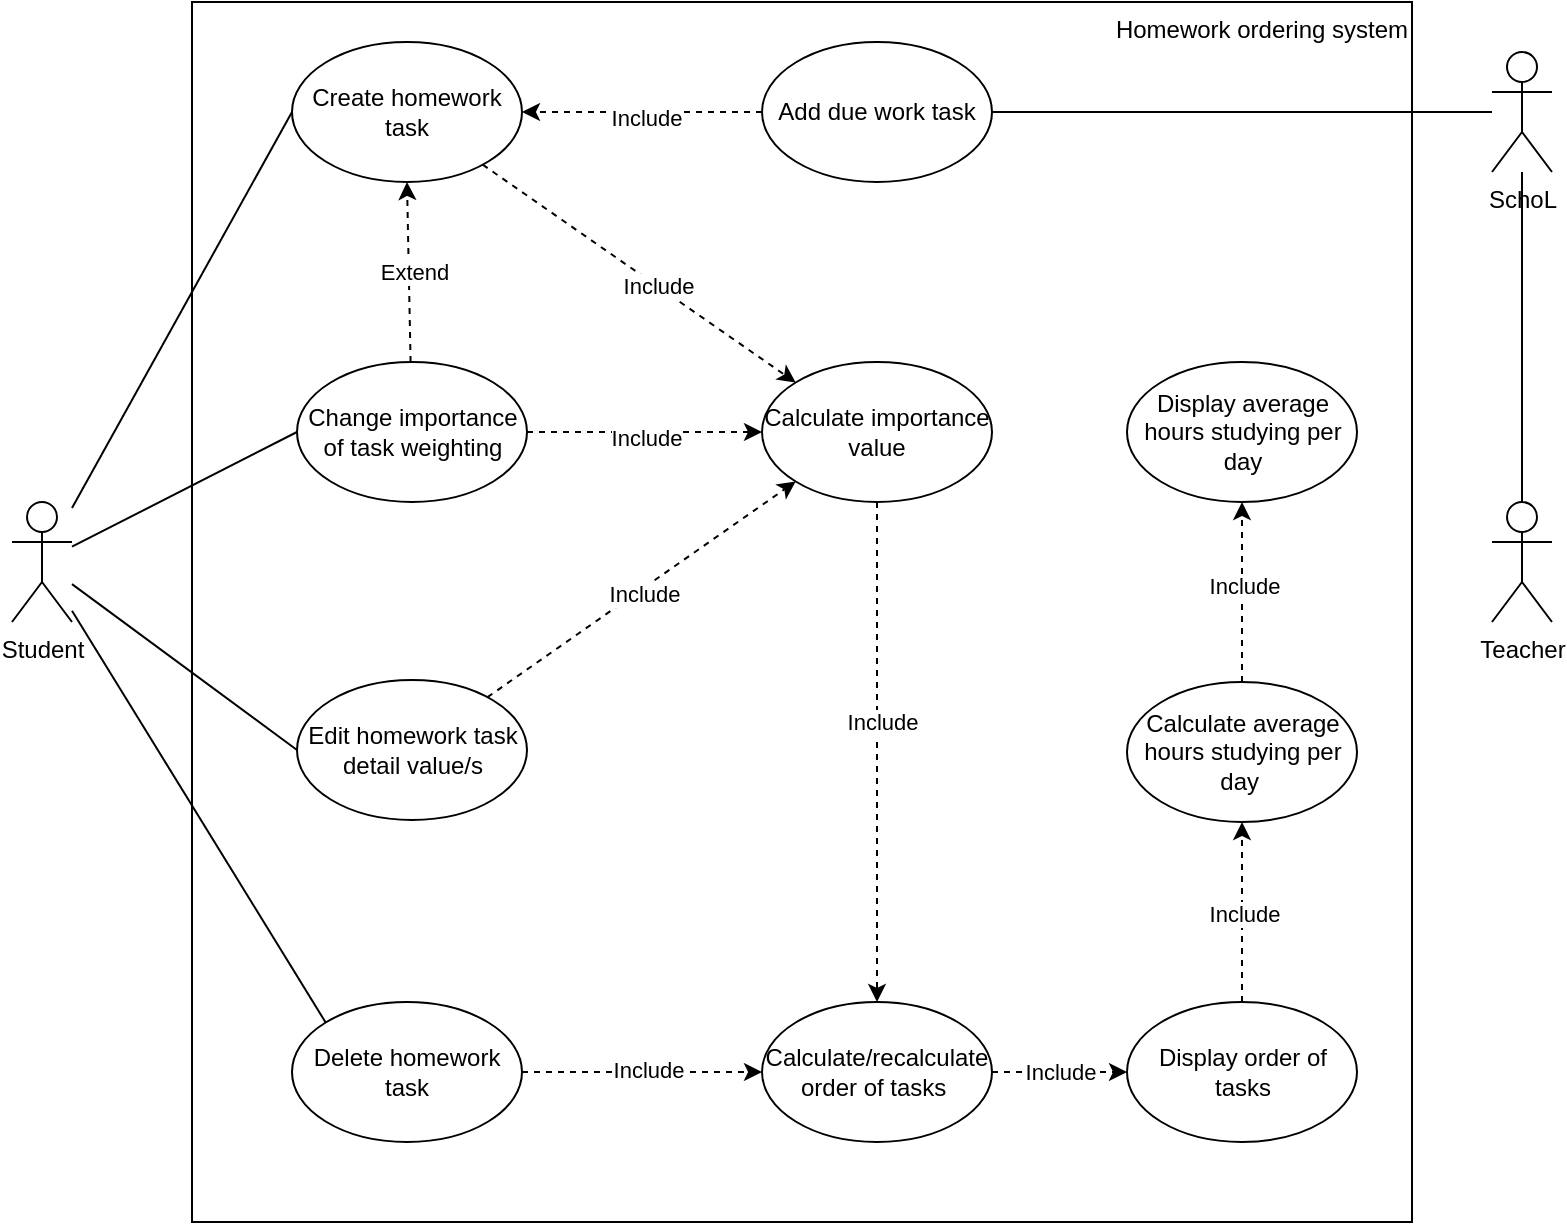
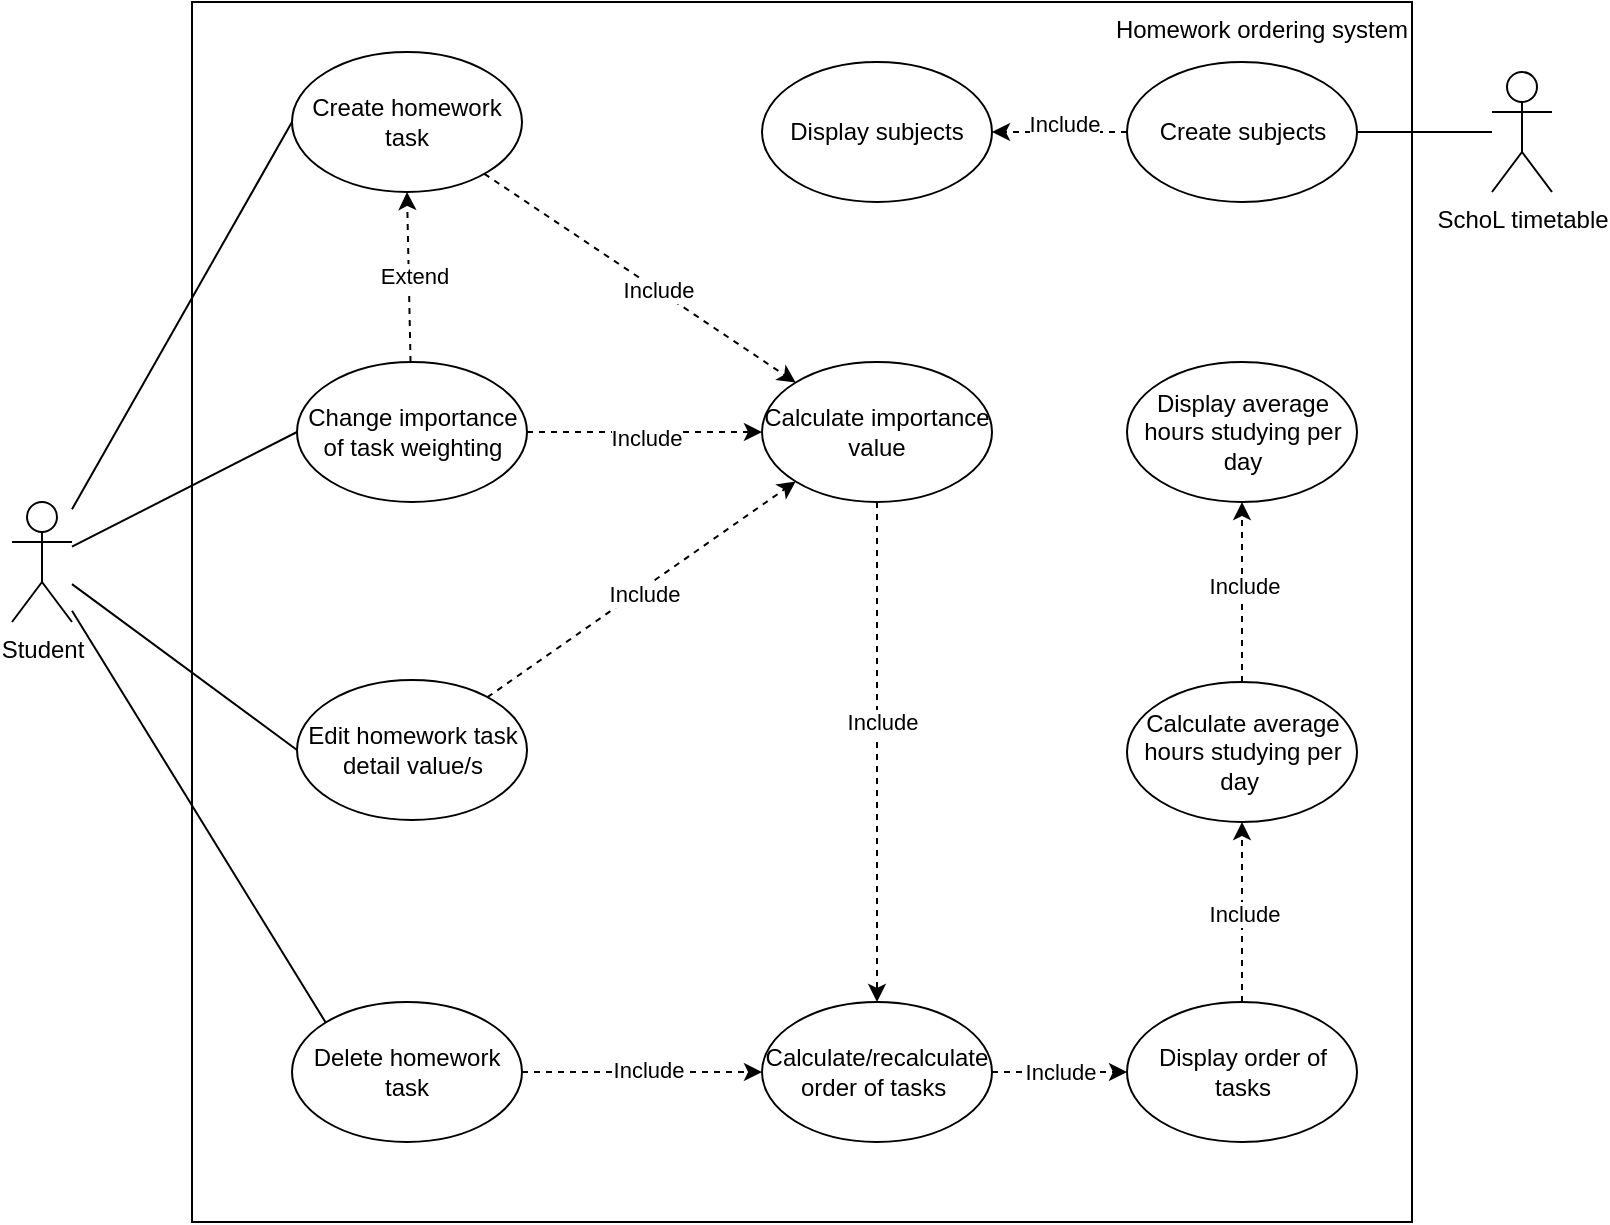
<mxfile host="app.diagrams.net" agent="Mozilla/5.0 (Windows NT 10.0; Win64; x64) AppleWebKit/537.36 (KHTML, like Gecko) Chrome/147.0.0.0 Safari/537.36" pages="3">
  <diagram name="Use Case Diagram" id="ZcyXiCbd3epHD8B5bp2-">
-     <mxGraphModel grid="1" page="1" gridSize="10" guides="1" tooltips="1" connect="1" arrows="1" fold="1" pageScale="1" pageWidth="827" pageHeight="1169" math="0" shadow="0">
+     <mxGraphModel dx="934" dy="657" grid="1" gridSize="10" guides="1" tooltips="1" connect="1" arrows="1" fold="1" page="1" pageScale="1" pageWidth="827" pageHeight="1169" math="0" shadow="0">
      <root>
        <mxCell id="0" />
        <mxCell id="1" parent="0" />
        <mxCell id="G7WcPmlzqGxsM9-RYmIV-1" parent="1" style="aspect=fixed;labelPosition=center;verticalLabelPosition=middle;align=right;verticalAlign=top;html=1;whiteSpace=wrap;movable=1;resizable=1;rotatable=1;deletable=1;editable=1;locked=0;connectable=1;" value="Homework ordering system" vertex="1">
          <mxGeometry height="610" width="610" x="100" y="100" as="geometry" />
        </mxCell>
        <mxCell id="jqSJIoKgP5xY_ZK5AzuU-10" edge="1" parent="1" source="G7WcPmlzqGxsM9-RYmIV-2" style="rounded=0;orthogonalLoop=1;jettySize=auto;html=1;entryX=0;entryY=0.5;entryDx=0;entryDy=0;endArrow=none;endFill=0;" target="jqSJIoKgP5xY_ZK5AzuU-4">
          <mxGeometry relative="1" as="geometry" />
        </mxCell>
        <mxCell id="tDrKYoykQaESbITqznwy-8" edge="1" parent="1" source="G7WcPmlzqGxsM9-RYmIV-2" style="rounded=0;orthogonalLoop=1;jettySize=auto;html=1;entryX=0;entryY=0.5;entryDx=0;entryDy=0;endArrow=none;endFill=0;" target="jqSJIoKgP5xY_ZK5AzuU-18">
          <mxGeometry relative="1" as="geometry" />
        </mxCell>
        <mxCell id="gFCc6fkzavYNVZ7rkNDt-2" edge="1" parent="1" source="G7WcPmlzqGxsM9-RYmIV-2" style="rounded=0;orthogonalLoop=1;jettySize=auto;html=1;entryX=0;entryY=0.5;entryDx=0;entryDy=0;endArrow=none;endFill=0;" target="gFCc6fkzavYNVZ7rkNDt-1">
          <mxGeometry relative="1" as="geometry" />
        </mxCell>
        <mxCell id="G7WcPmlzqGxsM9-RYmIV-2" parent="1" style="shape=umlActor;verticalLabelPosition=bottom;verticalAlign=top;html=1;outlineConnect=0;" value="Student" vertex="1">
          <mxGeometry height="60" width="30" x="10" y="350" as="geometry" />
        </mxCell>
        <mxCell id="jqSJIoKgP5xY_ZK5AzuU-3" edge="1" parent="1" source="wTgsF5XY6qcogic8_f1f-1" style="rounded=0;orthogonalLoop=1;jettySize=auto;html=1;entryX=1;entryY=0.5;entryDx=0;entryDy=0;shape=wire;dashed=1;endArrow=none;endFill=0;" target="jqSJIoKgP5xY_ZK5AzuU-2">
          <mxGeometry relative="1" as="geometry" />
        </mxCell>
-         <mxCell id="wTgsF5XY6qcogic8_f1f-2" edge="1" parent="1" source="G7WcPmlzqGxsM9-RYmIV-7" style="rounded=0;orthogonalLoop=1;jettySize=auto;html=1;endArrow=none;endFill=0;" target="wTgsF5XY6qcogic8_f1f-1">
-           <mxGeometry relative="1" as="geometry" />
-         </mxCell>
-         <mxCell id="G7WcPmlzqGxsM9-RYmIV-7" parent="1" style="shape=umlActor;verticalLabelPosition=bottom;verticalAlign=top;html=1;outlineConnect=0;" value="Teacher" vertex="1">
-           <mxGeometry height="60" width="30" x="750" y="350" as="geometry" />
-         </mxCell>
-         <mxCell id="jqSJIoKgP5xY_ZK5AzuU-5" edge="1" parent="1" source="jqSJIoKgP5xY_ZK5AzuU-2" style="rounded=0;orthogonalLoop=1;jettySize=auto;html=1;endArrow=classic;endFill=1;dashed=1;" target="jqSJIoKgP5xY_ZK5AzuU-4">
-           <mxGeometry relative="1" as="geometry" />
-         </mxCell>
-         <mxCell id="jqSJIoKgP5xY_ZK5AzuU-6" connectable="0" parent="jqSJIoKgP5xY_ZK5AzuU-5" style="edgeLabel;html=1;align=center;verticalAlign=middle;resizable=0;points=[];" value="Include" vertex="1">
-           <mxGeometry relative="1" x="-0.0218" y="3" as="geometry">
-             <mxPoint as="offset" />
-           </mxGeometry>
-         </mxCell>
-         <mxCell id="jqSJIoKgP5xY_ZK5AzuU-2" parent="1" style="ellipse;whiteSpace=wrap;html=1;" value="Add due work task" vertex="1">
-           <mxGeometry height="70" width="115" x="385" y="120" as="geometry" />
+         <mxCell id="j_0vHmGtJyPRwEHmYQnW-2" edge="1" parent="1" source="jqSJIoKgP5xY_ZK5AzuU-2" style="rounded=0;orthogonalLoop=1;jettySize=auto;html=1;entryX=1;entryY=0.5;entryDx=0;entryDy=0;endArrow=classic;endFill=1;dashed=1;" target="j_0vHmGtJyPRwEHmYQnW-1">
+           <mxGeometry relative="1" as="geometry" />
+         </mxCell>
+         <mxCell id="j_0vHmGtJyPRwEHmYQnW-3" connectable="0" parent="j_0vHmGtJyPRwEHmYQnW-2" style="edgeLabel;html=1;align=center;verticalAlign=middle;resizable=0;points=[];" value="Include" vertex="1">
+           <mxGeometry relative="1" x="-0.2741" y="-4" as="geometry">
+             <mxPoint x="-7" as="offset" />
+           </mxGeometry>
+         </mxCell>
+         <mxCell id="jqSJIoKgP5xY_ZK5AzuU-2" parent="1" style="ellipse;whiteSpace=wrap;html=1;" value="Create subjects" vertex="1">
+           <mxGeometry height="70" width="115" x="567.5" y="130" as="geometry" />
        </mxCell>
        <mxCell id="jqSJIoKgP5xY_ZK5AzuU-13" edge="1" parent="1" source="jqSJIoKgP5xY_ZK5AzuU-4" style="rounded=0;orthogonalLoop=1;jettySize=auto;html=1;dashed=1;endArrow=classic;endFill=1;entryX=0;entryY=0;entryDx=0;entryDy=0;" target="jqSJIoKgP5xY_ZK5AzuU-11">
          <mxGeometry relative="1" as="geometry" />
        </mxCell>
        <mxCell id="jqSJIoKgP5xY_ZK5AzuU-14" connectable="0" parent="jqSJIoKgP5xY_ZK5AzuU-13" style="edgeLabel;html=1;align=center;verticalAlign=middle;resizable=0;points=[];" value="Include" vertex="1">
          <mxGeometry relative="1" x="0.1143" as="geometry">
            <mxPoint as="offset" />
          </mxGeometry>
        </mxCell>
        <mxCell id="jqSJIoKgP5xY_ZK5AzuU-4" parent="1" style="ellipse;whiteSpace=wrap;html=1;" value="Create homework task" vertex="1">
-           <mxGeometry height="70" width="115" x="150" y="120" as="geometry" />
+           <mxGeometry height="70" width="115" x="150" y="125" as="geometry" />
        </mxCell>
        <mxCell id="jqSJIoKgP5xY_ZK5AzuU-16" edge="1" parent="1" source="jqSJIoKgP5xY_ZK5AzuU-11" style="rounded=0;orthogonalLoop=1;jettySize=auto;html=1;dashed=1;" target="jqSJIoKgP5xY_ZK5AzuU-15" value="">
          <mxGeometry relative="1" as="geometry" />
        </mxCell>
        <mxCell id="jqSJIoKgP5xY_ZK5AzuU-17" connectable="0" parent="jqSJIoKgP5xY_ZK5AzuU-16" style="edgeLabel;html=1;align=center;verticalAlign=middle;resizable=0;points=[];" value="Include" vertex="1">
          <mxGeometry relative="1" x="-0.125" y="2" as="geometry">
            <mxPoint as="offset" />
          </mxGeometry>
        </mxCell>
        <mxCell id="jqSJIoKgP5xY_ZK5AzuU-11" parent="1" style="ellipse;whiteSpace=wrap;html=1;" value="Calculate importance value" vertex="1">
          <mxGeometry height="70" width="115" x="385" y="280" as="geometry" />
        </mxCell>
        <mxCell id="tDrKYoykQaESbITqznwy-10" edge="1" parent="1" source="jqSJIoKgP5xY_ZK5AzuU-15" style="rounded=0;orthogonalLoop=1;jettySize=auto;html=1;entryX=0;entryY=0.5;entryDx=0;entryDy=0;startArrow=none;startFill=0;endArrow=classic;endFill=1;dashed=1;" target="tDrKYoykQaESbITqznwy-9" value="Include">
          <mxGeometry relative="1" as="geometry" />
        </mxCell>
        <mxCell id="jqSJIoKgP5xY_ZK5AzuU-15" parent="1" style="ellipse;whiteSpace=wrap;html=1;" value="Calculate/recalculate order of tasks&amp;nbsp;" vertex="1">
          <mxGeometry height="70" width="115" x="385" y="600" as="geometry" />
        </mxCell>
        <mxCell id="jqSJIoKgP5xY_ZK5AzuU-20" edge="1" parent="1" source="jqSJIoKgP5xY_ZK5AzuU-18" style="rounded=0;orthogonalLoop=1;jettySize=auto;html=1;entryX=0;entryY=0.5;entryDx=0;entryDy=0;dashed=1;" target="jqSJIoKgP5xY_ZK5AzuU-11">
          <mxGeometry relative="1" as="geometry" />
        </mxCell>
        <mxCell id="jqSJIoKgP5xY_ZK5AzuU-21" connectable="0" parent="jqSJIoKgP5xY_ZK5AzuU-20" style="edgeLabel;html=1;align=center;verticalAlign=middle;resizable=0;points=[];" value="Include" vertex="1">
          <mxGeometry relative="1" x="0.0328" y="-3" as="geometry">
            <mxPoint x="-1" as="offset" />
          </mxGeometry>
        </mxCell>
        <mxCell id="tDrKYoykQaESbITqznwy-6" edge="1" parent="1" source="jqSJIoKgP5xY_ZK5AzuU-18" style="rounded=0;orthogonalLoop=1;jettySize=auto;html=1;entryX=0.5;entryY=1;entryDx=0;entryDy=0;dashed=1;" target="jqSJIoKgP5xY_ZK5AzuU-4">
          <mxGeometry relative="1" as="geometry" />
        </mxCell>
        <mxCell id="tDrKYoykQaESbITqznwy-7" connectable="0" parent="tDrKYoykQaESbITqznwy-6" style="edgeLabel;html=1;align=center;verticalAlign=middle;resizable=0;points=[];" value="Extend" vertex="1">
          <mxGeometry relative="1" x="0.008" y="-2" as="geometry">
            <mxPoint as="offset" />
          </mxGeometry>
        </mxCell>
        <mxCell id="jqSJIoKgP5xY_ZK5AzuU-18" parent="1" style="ellipse;whiteSpace=wrap;html=1;" value="Change importance of task weighting" vertex="1">
          <mxGeometry height="70" width="115" x="152.5" y="280" as="geometry" />
        </mxCell>
        <mxCell id="tDrKYoykQaESbITqznwy-2" parent="1" style="ellipse;whiteSpace=wrap;html=1;" value="Delete homework task" vertex="1">
          <mxGeometry height="70" width="115" x="150" y="600" as="geometry" />
        </mxCell>
        <mxCell id="tDrKYoykQaESbITqznwy-3" edge="1" parent="1" source="G7WcPmlzqGxsM9-RYmIV-2" style="rounded=0;orthogonalLoop=1;jettySize=auto;html=1;endArrow=none;endFill=0;entryX=0;entryY=0;entryDx=0;entryDy=0;" target="tDrKYoykQaESbITqznwy-2">
          <mxGeometry relative="1" as="geometry">
            <mxPoint x="174" y="430" as="targetPoint" />
          </mxGeometry>
        </mxCell>
        <mxCell id="tDrKYoykQaESbITqznwy-4" edge="1" parent="1" source="tDrKYoykQaESbITqznwy-2" style="rounded=0;orthogonalLoop=1;jettySize=auto;html=1;entryX=0;entryY=0.5;entryDx=0;entryDy=0;endArrow=classic;endFill=1;dashed=1;" target="jqSJIoKgP5xY_ZK5AzuU-15">
          <mxGeometry relative="1" as="geometry" />
        </mxCell>
        <mxCell id="tDrKYoykQaESbITqznwy-5" connectable="0" parent="tDrKYoykQaESbITqznwy-4" style="edgeLabel;html=1;align=center;verticalAlign=middle;resizable=0;points=[];" value="Include" vertex="1">
          <mxGeometry relative="1" x="0.0436" y="1" as="geometry">
            <mxPoint as="offset" />
          </mxGeometry>
        </mxCell>
        <mxCell id="gFCc6fkzavYNVZ7rkNDt-6" edge="1" parent="1" source="tDrKYoykQaESbITqznwy-9" style="rounded=0;orthogonalLoop=1;jettySize=auto;html=1;entryX=0.5;entryY=1;entryDx=0;entryDy=0;endArrow=classic;endFill=1;dashed=1;" target="gFCc6fkzavYNVZ7rkNDt-5">
          <mxGeometry relative="1" as="geometry" />
        </mxCell>
        <mxCell id="gFCc6fkzavYNVZ7rkNDt-7" connectable="0" parent="gFCc6fkzavYNVZ7rkNDt-6" style="edgeLabel;html=1;align=center;verticalAlign=middle;resizable=0;points=[];" value="Include" vertex="1">
          <mxGeometry relative="1" x="-0.0222" y="-1" as="geometry">
            <mxPoint as="offset" />
          </mxGeometry>
        </mxCell>
        <mxCell id="tDrKYoykQaESbITqznwy-9" parent="1" style="ellipse;whiteSpace=wrap;html=1;" value="Display order of tasks" vertex="1">
          <mxGeometry height="70" width="115" x="567.5" y="600" as="geometry" />
        </mxCell>
        <mxCell id="gFCc6fkzavYNVZ7rkNDt-3" edge="1" parent="1" source="gFCc6fkzavYNVZ7rkNDt-1" style="rounded=0;orthogonalLoop=1;jettySize=auto;html=1;entryX=0;entryY=1;entryDx=0;entryDy=0;dashed=1;endArrow=classic;endFill=1;" target="jqSJIoKgP5xY_ZK5AzuU-11">
          <mxGeometry relative="1" as="geometry" />
        </mxCell>
        <mxCell id="gFCc6fkzavYNVZ7rkNDt-4" connectable="0" parent="gFCc6fkzavYNVZ7rkNDt-3" style="edgeLabel;html=1;align=center;verticalAlign=middle;resizable=0;points=[];" value="Include" vertex="1">
          <mxGeometry relative="1" x="0.0017" y="-2" as="geometry">
            <mxPoint as="offset" />
          </mxGeometry>
        </mxCell>
        <mxCell id="gFCc6fkzavYNVZ7rkNDt-1" parent="1" style="ellipse;whiteSpace=wrap;html=1;" value="Edit homework task detail value/s" vertex="1">
          <mxGeometry height="70" width="115" x="152.5" y="439" as="geometry" />
        </mxCell>
        <mxCell id="gFCc6fkzavYNVZ7rkNDt-9" edge="1" parent="1" source="gFCc6fkzavYNVZ7rkNDt-5" style="edgeStyle=orthogonalEdgeStyle;rounded=0;orthogonalLoop=1;jettySize=auto;html=1;endArrow=classic;endFill=1;dashed=1;" target="gFCc6fkzavYNVZ7rkNDt-8">
          <mxGeometry relative="1" as="geometry" />
        </mxCell>
        <mxCell id="gFCc6fkzavYNVZ7rkNDt-10" connectable="0" parent="gFCc6fkzavYNVZ7rkNDt-9" style="edgeLabel;html=1;align=center;verticalAlign=middle;resizable=0;points=[];" value="Include" vertex="1">
          <mxGeometry relative="1" x="0.0667" y="-1" as="geometry">
            <mxPoint as="offset" />
          </mxGeometry>
        </mxCell>
        <mxCell id="gFCc6fkzavYNVZ7rkNDt-5" parent="1" style="ellipse;whiteSpace=wrap;html=1;resizeWidth=0;" value="Calculate average hours studying per day&amp;nbsp;" vertex="1">
          <mxGeometry height="70" width="115" x="567.5" y="440" as="geometry" />
        </mxCell>
        <mxCell id="gFCc6fkzavYNVZ7rkNDt-8" parent="1" style="ellipse;whiteSpace=wrap;html=1;" value="Display average hours studying per day" vertex="1">
          <mxGeometry height="70" width="115" x="567.5" y="280" as="geometry" />
        </mxCell>
-         <mxCell id="wTgsF5XY6qcogic8_f1f-1" parent="1" style="shape=umlActor;verticalLabelPosition=bottom;verticalAlign=top;html=1;outlineConnect=0;" value="SchoL" vertex="1">
-           <mxGeometry height="60" width="30" x="750" y="125" as="geometry" />
+         <mxCell id="wTgsF5XY6qcogic8_f1f-1" parent="1" style="shape=umlActor;verticalLabelPosition=bottom;verticalAlign=top;html=1;outlineConnect=0;" value="SchoL timetable" vertex="1">
+           <mxGeometry height="60" width="30" x="750" y="135" as="geometry" />
+         </mxCell>
+         <mxCell id="j_0vHmGtJyPRwEHmYQnW-1" parent="1" style="ellipse;whiteSpace=wrap;html=1;" value="Display&lt;span style=&quot;background-color: transparent; color: light-dark(rgb(0, 0, 0), rgb(255, 255, 255));&quot;&gt;&amp;nbsp;subjects&lt;/span&gt;" vertex="1">
+           <mxGeometry height="70" width="115" x="385" y="130" as="geometry" />
        </mxCell>
      </root>
    </mxGraphModel>
  </diagram>
  <diagram id="8lql2eI7iz3RtWvieJSU" name="Context Diagram">
    <mxGraphModel dx="934" dy="657" grid="1" gridSize="10" guides="1" tooltips="1" connect="1" arrows="1" fold="1" page="1" pageScale="1" pageWidth="827" pageHeight="1169" math="0" shadow="0">
      <root>
        <mxCell id="0" />
        <mxCell id="1" parent="0" />
        <mxCell id="ACZuuOuZ4gBjVFFcBLFl-7" edge="1" parent="1" source="ACZuuOuZ4gBjVFFcBLFl-1" style="rounded=0;orthogonalLoop=1;jettySize=auto;html=1;entryX=0;entryY=0;entryDx=0;entryDy=0;" target="ACZuuOuZ4gBjVFFcBLFl-3">
          <mxGeometry relative="1" as="geometry" />
        </mxCell>
        <mxCell id="ACZuuOuZ4gBjVFFcBLFl-9" connectable="0" parent="ACZuuOuZ4gBjVFFcBLFl-7" style="edgeLabel;html=1;align=center;verticalAlign=middle;resizable=0;points=[];" value="Homework task details" vertex="1">
          <mxGeometry relative="1" x="0.0243" y="1" as="geometry">
            <mxPoint as="offset" />
          </mxGeometry>
        </mxCell>
        <mxCell id="ACZuuOuZ4gBjVFFcBLFl-8" edge="1" parent="1" source="ACZuuOuZ4gBjVFFcBLFl-1" style="rounded=0;orthogonalLoop=1;jettySize=auto;html=1;entryX=0;entryY=0.5;entryDx=0;entryDy=0;" target="ACZuuOuZ4gBjVFFcBLFl-3">
          <mxGeometry relative="1" as="geometry" />
        </mxCell>
        <mxCell id="ACZuuOuZ4gBjVFFcBLFl-10" connectable="0" parent="ACZuuOuZ4gBjVFFcBLFl-8" style="edgeLabel;html=1;align=center;verticalAlign=middle;resizable=0;points=[];" value="Importance of task" vertex="1">
          <mxGeometry relative="1" x="0.0824" y="-1" as="geometry">
            <mxPoint y="1" as="offset" />
          </mxGeometry>
        </mxCell>
        <mxCell id="m4LZdS4MCfvcE9fhJnzB-1" edge="1" parent="1" source="ACZuuOuZ4gBjVFFcBLFl-1" style="rounded=0;orthogonalLoop=1;jettySize=auto;html=1;entryX=0;entryY=1;entryDx=0;entryDy=0;" target="ACZuuOuZ4gBjVFFcBLFl-3">
          <mxGeometry relative="1" as="geometry" />
        </mxCell>
        <mxCell id="m4LZdS4MCfvcE9fhJnzB-2" connectable="0" parent="m4LZdS4MCfvcE9fhJnzB-1" style="edgeLabel;html=1;align=center;verticalAlign=middle;resizable=0;points=[];" value="Edit task details" vertex="1">
          <mxGeometry relative="1" x="-0.015" y="4" as="geometry">
            <mxPoint as="offset" />
          </mxGeometry>
        </mxCell>
        <mxCell id="ACZuuOuZ4gBjVFFcBLFl-1" parent="1" style="rounded=0;whiteSpace=wrap;html=1;" value="Student" vertex="1">
          <mxGeometry height="160" width="130" x="150" y="280" as="geometry" />
        </mxCell>
        <mxCell id="m4LZdS4MCfvcE9fhJnzB-3" edge="1" parent="1" source="ACZuuOuZ4gBjVFFcBLFl-3" style="rounded=0;orthogonalLoop=1;jettySize=auto;html=1;entryX=1;entryY=1;entryDx=0;entryDy=0;exitX=0.5;exitY=1;exitDx=0;exitDy=0;" target="ACZuuOuZ4gBjVFFcBLFl-1">
          <mxGeometry relative="1" as="geometry" />
        </mxCell>
        <mxCell id="m4LZdS4MCfvcE9fhJnzB-4" connectable="0" parent="m4LZdS4MCfvcE9fhJnzB-3" style="edgeLabel;html=1;align=center;verticalAlign=middle;resizable=0;points=[];" value="Order of tasks" vertex="1">
          <mxGeometry relative="1" x="-0.0139" y="-2" as="geometry">
            <mxPoint as="offset" />
          </mxGeometry>
        </mxCell>
        <mxCell id="m4LZdS4MCfvcE9fhJnzB-5" edge="1" parent="1" source="ACZuuOuZ4gBjVFFcBLFl-3" style="rounded=0;orthogonalLoop=1;jettySize=auto;html=1;entryX=1;entryY=0;entryDx=0;entryDy=0;exitX=0.5;exitY=0;exitDx=0;exitDy=0;" target="ACZuuOuZ4gBjVFFcBLFl-1">
          <mxGeometry relative="1" as="geometry" />
        </mxCell>
        <mxCell id="m4LZdS4MCfvcE9fhJnzB-6" connectable="0" parent="m4LZdS4MCfvcE9fhJnzB-5" style="edgeLabel;html=1;align=center;verticalAlign=middle;resizable=0;points=[];" value="Total hours studying" vertex="1">
          <mxGeometry relative="1" x="0.152" y="-3" as="geometry">
            <mxPoint as="offset" />
          </mxGeometry>
        </mxCell>
        <mxCell id="m4LZdS4MCfvcE9fhJnzB-7" edge="1" parent="1" source="ACZuuOuZ4gBjVFFcBLFl-3" style="rounded=0;orthogonalLoop=1;jettySize=auto;html=1;entryX=0.75;entryY=0;entryDx=0;entryDy=0;exitX=0.5;exitY=0;exitDx=0;exitDy=0;" target="ACZuuOuZ4gBjVFFcBLFl-1">
          <mxGeometry relative="1" as="geometry">
            <Array as="points">
              <mxPoint x="340" y="190" />
            </Array>
          </mxGeometry>
        </mxCell>
        <mxCell id="m4LZdS4MCfvcE9fhJnzB-8" connectable="0" parent="m4LZdS4MCfvcE9fhJnzB-7" style="edgeLabel;html=1;align=center;verticalAlign=middle;resizable=0;points=[];" value="Average hours studying per day" vertex="1">
          <mxGeometry relative="1" x="0.1809" y="-1" as="geometry">
            <mxPoint y="1" as="offset" />
          </mxGeometry>
        </mxCell>
        <mxCell id="ACZuuOuZ4gBjVFFcBLFl-3" parent="1" style="ellipse;whiteSpace=wrap;html=1;aspect=fixed;" value="Homework ordering system" vertex="1">
          <mxGeometry height="160" width="160" x="420" y="280" as="geometry" />
        </mxCell>
        <mxCell id="ACZuuOuZ4gBjVFFcBLFl-5" edge="1" parent="1" source="ACZuuOuZ4gBjVFFcBLFl-4" style="rounded=0;orthogonalLoop=1;jettySize=auto;html=1;entryX=1;entryY=0.5;entryDx=0;entryDy=0;" target="ACZuuOuZ4gBjVFFcBLFl-3">
          <mxGeometry relative="1" as="geometry" />
        </mxCell>
-         <mxCell id="ACZuuOuZ4gBjVFFcBLFl-6" connectable="0" parent="ACZuuOuZ4gBjVFFcBLFl-5" style="edgeLabel;html=1;align=center;verticalAlign=middle;resizable=0;points=[];" value="Due work item details" vertex="1">
+         <mxCell id="ACZuuOuZ4gBjVFFcBLFl-6" connectable="0" parent="ACZuuOuZ4gBjVFFcBLFl-5" style="edgeLabel;html=1;align=center;verticalAlign=middle;resizable=0;points=[];" value="Subject names" vertex="1">
          <mxGeometry relative="1" x="-0.0308" y="2" as="geometry">
            <mxPoint as="offset" />
          </mxGeometry>
        </mxCell>
-         <mxCell id="ACZuuOuZ4gBjVFFcBLFl-4" parent="1" style="rounded=0;whiteSpace=wrap;html=1;" value="Teacher" vertex="1">
+         <mxCell id="ACZuuOuZ4gBjVFFcBLFl-4" parent="1" style="rounded=0;whiteSpace=wrap;html=1;" value="SchoL timetable" vertex="1">
          <mxGeometry height="160" width="120" x="719" y="280" as="geometry" />
        </mxCell>
      </root>
    </mxGraphModel>
  </diagram>
  <diagram id="OQU70sF8UFcgT4n1chGs" name="Data Flow Diagram">
-     <mxGraphModel dx="934" dy="657" grid="1" gridSize="10" guides="1" tooltips="1" connect="1" arrows="1" fold="1" page="1" pageScale="1" pageWidth="827" pageHeight="1169" math="0" shadow="0">
+     <mxGraphModel dx="934" dy="657" grid="1" gridSize="10" guides="1" tooltips="1" connect="1" arrows="1" fold="1" page="0" pageScale="1" pageWidth="827" pageHeight="1169" math="0" shadow="0">
      <root>
        <mxCell id="0" />
        <mxCell id="1" parent="0" />
-         <mxCell id="qZvDCd3xGAPA9ddogVVE-3" edge="1" parent="1" source="qZvDCd3xGAPA9ddogVVE-1" style="edgeStyle=orthogonalEdgeStyle;rounded=0;orthogonalLoop=1;jettySize=auto;html=1;entryX=0;entryY=0.5;entryDx=0;entryDy=0;curved=1;exitX=0.5;exitY=0;exitDx=0;exitDy=0;" target="qZvDCd3xGAPA9ddogVVE-2">
-           <mxGeometry relative="1" as="geometry" />
-         </mxCell>
-         <mxCell id="qZvDCd3xGAPA9ddogVVE-4" connectable="0" parent="qZvDCd3xGAPA9ddogVVE-3" style="edgeLabel;html=1;align=center;verticalAlign=middle;resizable=0;points=[];" value="Subject Name" vertex="1">
+         <mxCell id="qZvDCd3xGAPA9ddogVVE-3" edge="1" parent="1" source="BMlkTxle_BU_fT23YYWB-1" style="edgeStyle=orthogonalEdgeStyle;rounded=0;orthogonalLoop=1;jettySize=auto;html=1;entryX=0;entryY=0.5;entryDx=0;entryDy=0;curved=1;exitX=1;exitY=0.5;exitDx=0;exitDy=0;" target="qZvDCd3xGAPA9ddogVVE-2">
+           <mxGeometry relative="1" as="geometry" />
+         </mxCell>
+         <mxCell id="qZvDCd3xGAPA9ddogVVE-4" connectable="0" parent="qZvDCd3xGAPA9ddogVVE-3" style="edgeLabel;html=1;align=center;verticalAlign=middle;resizable=0;points=[];" value="Text data" vertex="1">
          <mxGeometry relative="1" x="0.1782" y="-11" as="geometry">
-             <mxPoint x="27" y="24" as="offset" />
+             <mxPoint x="-7" y="23" as="offset" />
          </mxGeometry>
        </mxCell>
        <mxCell id="qZvDCd3xGAPA9ddogVVE-6" edge="1" parent="1" source="qZvDCd3xGAPA9ddogVVE-1" style="edgeStyle=orthogonalEdgeStyle;rounded=0;orthogonalLoop=1;jettySize=auto;html=1;entryX=0;entryY=0.5;entryDx=0;entryDy=0;curved=1;" target="qZvDCd3xGAPA9ddogVVE-5">
          <mxGeometry relative="1" as="geometry" />
        </mxCell>
        <mxCell id="qZvDCd3xGAPA9ddogVVE-7" connectable="0" parent="qZvDCd3xGAPA9ddogVVE-6" style="edgeLabel;html=1;align=center;verticalAlign=middle;resizable=0;points=[];" value="Task details" vertex="1">
          <mxGeometry relative="1" x="-0.1429" y="1" as="geometry">
            <mxPoint as="offset" />
          </mxGeometry>
        </mxCell>
        <mxCell id="AD2-MKlbYGot8EyMhpUs-16" edge="1" parent="1" source="qZvDCd3xGAPA9ddogVVE-1" style="edgeStyle=orthogonalEdgeStyle;rounded=0;orthogonalLoop=1;jettySize=auto;html=1;entryX=0;entryY=0.5;entryDx=0;entryDy=0;curved=1;exitX=0.75;exitY=1;exitDx=0;exitDy=0;" target="AD2-MKlbYGot8EyMhpUs-15">
          <mxGeometry relative="1" as="geometry" />
        </mxCell>
        <mxCell id="AD2-MKlbYGot8EyMhpUs-17" connectable="0" parent="AD2-MKlbYGot8EyMhpUs-16" style="edgeLabel;html=1;align=center;verticalAlign=middle;resizable=0;points=[];" value="New task details" vertex="1">
          <mxGeometry relative="1" x="-0.2222" y="32" as="geometry">
-             <mxPoint as="offset" />
+             <mxPoint x="14" y="27" as="offset" />
          </mxGeometry>
        </mxCell>
        <mxCell id="qZvDCd3xGAPA9ddogVVE-1" parent="1" style="rounded=0;whiteSpace=wrap;html=1;" value="Student" vertex="1">
-           <mxGeometry height="80" width="120" x="40" y="315" as="geometry" />
+           <mxGeometry height="80" width="120" x="20" y="240" as="geometry" />
        </mxCell>
        <mxCell id="AD2-MKlbYGot8EyMhpUs-6" edge="1" parent="1" source="qZvDCd3xGAPA9ddogVVE-2" style="edgeStyle=orthogonalEdgeStyle;rounded=0;orthogonalLoop=1;jettySize=auto;html=1;entryX=0;entryY=0.5;entryDx=0;entryDy=0;curved=1;" target="AD2-MKlbYGot8EyMhpUs-5">
          <mxGeometry relative="1" as="geometry" />
        </mxCell>
-         <mxCell id="AD2-MKlbYGot8EyMhpUs-10" connectable="0" parent="AD2-MKlbYGot8EyMhpUs-6" style="edgeLabel;html=1;align=center;verticalAlign=middle;resizable=0;points=[];" value="Subject name" vertex="1">
+         <mxCell id="AD2-MKlbYGot8EyMhpUs-10" connectable="0" parent="AD2-MKlbYGot8EyMhpUs-6" style="edgeLabel;html=1;align=center;verticalAlign=middle;resizable=0;points=[];" value="Subject names" vertex="1">
          <mxGeometry relative="1" x="0.0229" y="-1" as="geometry">
            <mxPoint as="offset" />
          </mxGeometry>
        </mxCell>
-         <mxCell id="qZvDCd3xGAPA9ddogVVE-2" parent="1" style="ellipse;whiteSpace=wrap;html=1;aspect=fixed;" value="1. Add to subject database" vertex="1">
+         <mxCell id="qZvDCd3xGAPA9ddogVVE-2" parent="1" style="ellipse;whiteSpace=wrap;html=1;aspect=fixed;" value="1. Scrape subject names" vertex="1">
          <mxGeometry height="110" width="110" x="310" y="40" as="geometry" />
        </mxCell>
        <mxCell id="AD2-MKlbYGot8EyMhpUs-12" edge="1" parent="1" source="qZvDCd3xGAPA9ddogVVE-5" style="edgeStyle=orthogonalEdgeStyle;rounded=0;orthogonalLoop=1;jettySize=auto;html=1;entryX=0;entryY=0.5;entryDx=0;entryDy=0;curved=1;" target="AD2-MKlbYGot8EyMhpUs-11">
          <mxGeometry relative="1" as="geometry" />
        </mxCell>
-         <mxCell id="AD2-MKlbYGot8EyMhpUs-14" connectable="0" parent="AD2-MKlbYGot8EyMhpUs-12" style="edgeLabel;html=1;align=center;verticalAlign=middle;resizable=0;points=[];" value="Task details" vertex="1">
+         <mxCell id="AD2-MKlbYGot8EyMhpUs-14" connectable="0" parent="AD2-MKlbYGot8EyMhpUs-12" style="edgeLabel;html=1;align=center;verticalAlign=middle;resizable=0;points=[];" value="Task instance" vertex="1">
          <mxGeometry relative="1" x="0.0516" y="-3" as="geometry">
            <mxPoint as="offset" />
          </mxGeometry>
        </mxCell>
-         <mxCell id="qZvDCd3xGAPA9ddogVVE-5" parent="1" style="ellipse;whiteSpace=wrap;html=1;aspect=fixed;" value="2. Create task" vertex="1">
+         <mxCell id="qZvDCd3xGAPA9ddogVVE-5" parent="1" style="ellipse;whiteSpace=wrap;html=1;aspect=fixed;" value="2. Create task under specific subject" vertex="1">
          <mxGeometry height="110" width="110" x="310" y="170" as="geometry" />
+         </mxCell>
+         <mxCell id="BMlkTxle_BU_fT23YYWB-2" edge="1" parent="1" source="AD2-MKlbYGot8EyMhpUs-5" style="edgeStyle=orthogonalEdgeStyle;rounded=0;orthogonalLoop=1;jettySize=auto;html=1;curved=1;">
+           <mxGeometry relative="1" as="geometry">
+             <Array as="points">
+               <mxPoint x="710" y="140" />
+               <mxPoint x="710" y="610" />
+               <mxPoint x="50" y="610" />
+             </Array>
+             <mxPoint x="50" y="320" as="targetPoint" />
+           </mxGeometry>
+         </mxCell>
+         <mxCell id="BMlkTxle_BU_fT23YYWB-3" connectable="0" parent="BMlkTxle_BU_fT23YYWB-2" style="edgeLabel;html=1;align=center;verticalAlign=middle;resizable=0;points=[];" value="Subjects" vertex="1">
+           <mxGeometry relative="1" x="0.1622" y="1" as="geometry">
+             <mxPoint as="offset" />
+           </mxGeometry>
        </mxCell>
        <mxCell id="AD2-MKlbYGot8EyMhpUs-5" parent="1" style="shape=partialRectangle;whiteSpace=wrap;html=1;left=0;right=0;fillColor=none;dashed=1;" value="All subjects database" vertex="1">
          <mxGeometry height="60" width="120" x="540" y="110" as="geometry" />
        </mxCell>
        <mxCell id="AD2-MKlbYGot8EyMhpUs-21" edge="1" parent="1" source="AD2-MKlbYGot8EyMhpUs-11" style="edgeStyle=orthogonalEdgeStyle;rounded=0;orthogonalLoop=1;jettySize=auto;html=1;entryX=0.5;entryY=0;entryDx=0;entryDy=0;curved=1;" target="AD2-MKlbYGot8EyMhpUs-20">
          <mxGeometry relative="1" as="geometry" />
        </mxCell>
        <mxCell id="AD2-MKlbYGot8EyMhpUs-22" connectable="0" parent="AD2-MKlbYGot8EyMhpUs-21" style="edgeLabel;html=1;align=center;verticalAlign=middle;resizable=0;points=[];" value="All task details" vertex="1">
          <mxGeometry relative="1" x="-0.17" y="-2" as="geometry">
            <mxPoint as="offset" />
          </mxGeometry>
        </mxCell>
        <mxCell id="AD2-MKlbYGot8EyMhpUs-11" parent="1" style="shape=partialRectangle;whiteSpace=wrap;html=1;left=0;right=0;fillColor=none;dashed=1;" value="All tasks database" vertex="1">
          <mxGeometry height="60" width="120" x="545" y="240" as="geometry" />
        </mxCell>
        <mxCell id="AD2-MKlbYGot8EyMhpUs-18" edge="1" parent="1" source="AD2-MKlbYGot8EyMhpUs-15" style="edgeStyle=orthogonalEdgeStyle;rounded=0;orthogonalLoop=1;jettySize=auto;html=1;entryX=0.25;entryY=1;entryDx=0;entryDy=0;curved=1;" target="AD2-MKlbYGot8EyMhpUs-11">
          <mxGeometry relative="1" as="geometry" />
        </mxCell>
-         <mxCell id="AD2-MKlbYGot8EyMhpUs-19" connectable="0" parent="AD2-MKlbYGot8EyMhpUs-18" style="edgeLabel;html=1;align=center;verticalAlign=middle;resizable=0;points=[];" value="New task details" vertex="1">
+         <mxCell id="AD2-MKlbYGot8EyMhpUs-19" connectable="0" parent="AD2-MKlbYGot8EyMhpUs-18" style="edgeLabel;html=1;align=center;verticalAlign=middle;resizable=0;points=[];" value="New task instance" vertex="1">
          <mxGeometry relative="1" x="-0.0717" y="25" as="geometry">
            <mxPoint x="-7" y="20" as="offset" />
          </mxGeometry>
        </mxCell>
-         <mxCell id="AD2-MKlbYGot8EyMhpUs-15" parent="1" style="ellipse;whiteSpace=wrap;html=1;aspect=fixed;" value="3. Edit task" vertex="1">
+         <mxCell id="AD2-MKlbYGot8EyMhpUs-15" parent="1" style="ellipse;whiteSpace=wrap;html=1;aspect=fixed;" value="3. Replace task instance" vertex="1">
          <mxGeometry height="110" width="110" x="310" y="300" as="geometry" />
        </mxCell>
        <mxCell id="AD2-MKlbYGot8EyMhpUs-24" edge="1" parent="1" source="AD2-MKlbYGot8EyMhpUs-20" style="edgeStyle=orthogonalEdgeStyle;rounded=0;orthogonalLoop=1;jettySize=auto;html=1;entryX=1;entryY=0.5;entryDx=0;entryDy=0;curved=1;" target="AD2-MKlbYGot8EyMhpUs-23">
          <mxGeometry relative="1" as="geometry" />
        </mxCell>
        <mxCell id="AD2-MKlbYGot8EyMhpUs-25" connectable="0" parent="AD2-MKlbYGot8EyMhpUs-24" style="edgeLabel;html=1;align=center;verticalAlign=middle;resizable=0;points=[];" value="Importance values" vertex="1">
          <mxGeometry relative="1" x="0.0059" y="-2" as="geometry">
            <mxPoint as="offset" />
          </mxGeometry>
        </mxCell>
        <mxCell id="AD2-MKlbYGot8EyMhpUs-20" parent="1" style="ellipse;whiteSpace=wrap;html=1;aspect=fixed;" value="4. Calculate importance of tasks" vertex="1">
          <mxGeometry height="110" width="110" x="550" y="400" as="geometry" />
        </mxCell>
        <mxCell id="AD2-MKlbYGot8EyMhpUs-26" edge="1" parent="1" source="AD2-MKlbYGot8EyMhpUs-23" style="edgeStyle=orthogonalEdgeStyle;rounded=0;orthogonalLoop=1;jettySize=auto;html=1;entryX=0.5;entryY=1;entryDx=0;entryDy=0;curved=1;" target="qZvDCd3xGAPA9ddogVVE-1">
          <mxGeometry relative="1" as="geometry" />
        </mxCell>
        <mxCell id="AD2-MKlbYGot8EyMhpUs-27" connectable="0" parent="AD2-MKlbYGot8EyMhpUs-26" style="edgeLabel;html=1;align=center;verticalAlign=middle;resizable=0;points=[];" value="Order of tasks" vertex="1">
          <mxGeometry relative="1" x="-0.1257" y="-22" as="geometry">
-             <mxPoint as="offset" />
+             <mxPoint x="45" y="-3" as="offset" />
          </mxGeometry>
        </mxCell>
        <mxCell id="AD2-MKlbYGot8EyMhpUs-23" parent="1" style="ellipse;whiteSpace=wrap;html=1;aspect=fixed;" value="5. Calculate order of importance of tasks" vertex="1">
          <mxGeometry height="110" width="110" x="330" y="460" as="geometry" />
+         </mxCell>
+         <mxCell id="BMlkTxle_BU_fT23YYWB-1" parent="1" style="rounded=0;whiteSpace=wrap;html=1;" value="SchoL timetable" vertex="1">
+           <mxGeometry height="60" width="120" x="30" y="130" as="geometry" />
        </mxCell>
      </root>
    </mxGraphModel>
  </diagram>
</mxfile>
